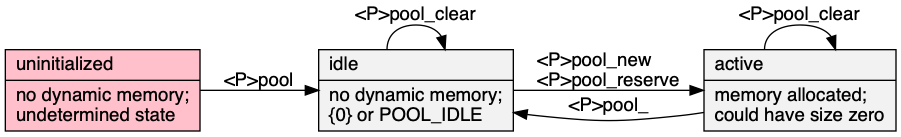
neil-edelman/boxes keeps this Graphviz diagram as doc/states.png. Above is the earlier version. Its source is kept beside it as doc/states.gv.
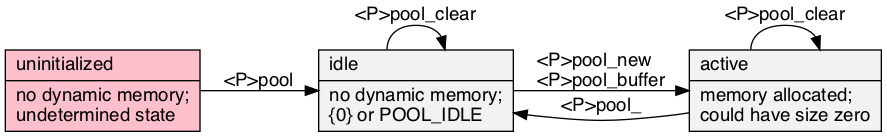
Above is the later version.

Diff of the diagram source:
```diff
@@ -6,7 +6,7 @@
 	static [ label = "idle\l|no dynamic memory;\l\{0\} or POOL_IDLE\l" ];
 	dynamic [ label = "active\l|memory allocated;\lcould have size zero\l" ];
 	null -> static [ label = "<P>pool" ];
-	static -> dynamic [ label = "<P>pool_new\l<P>pool_reserve" ];
+	static -> dynamic [ label = "<P>pool_new\l<P>pool_buffer" ];
 	dynamic -> static [ label = "<P>pool_" ];
 	static -> static [label = "<P>pool_clear"]
 	dynamic -> dynamic [label = "<P>pool_clear"]
```
